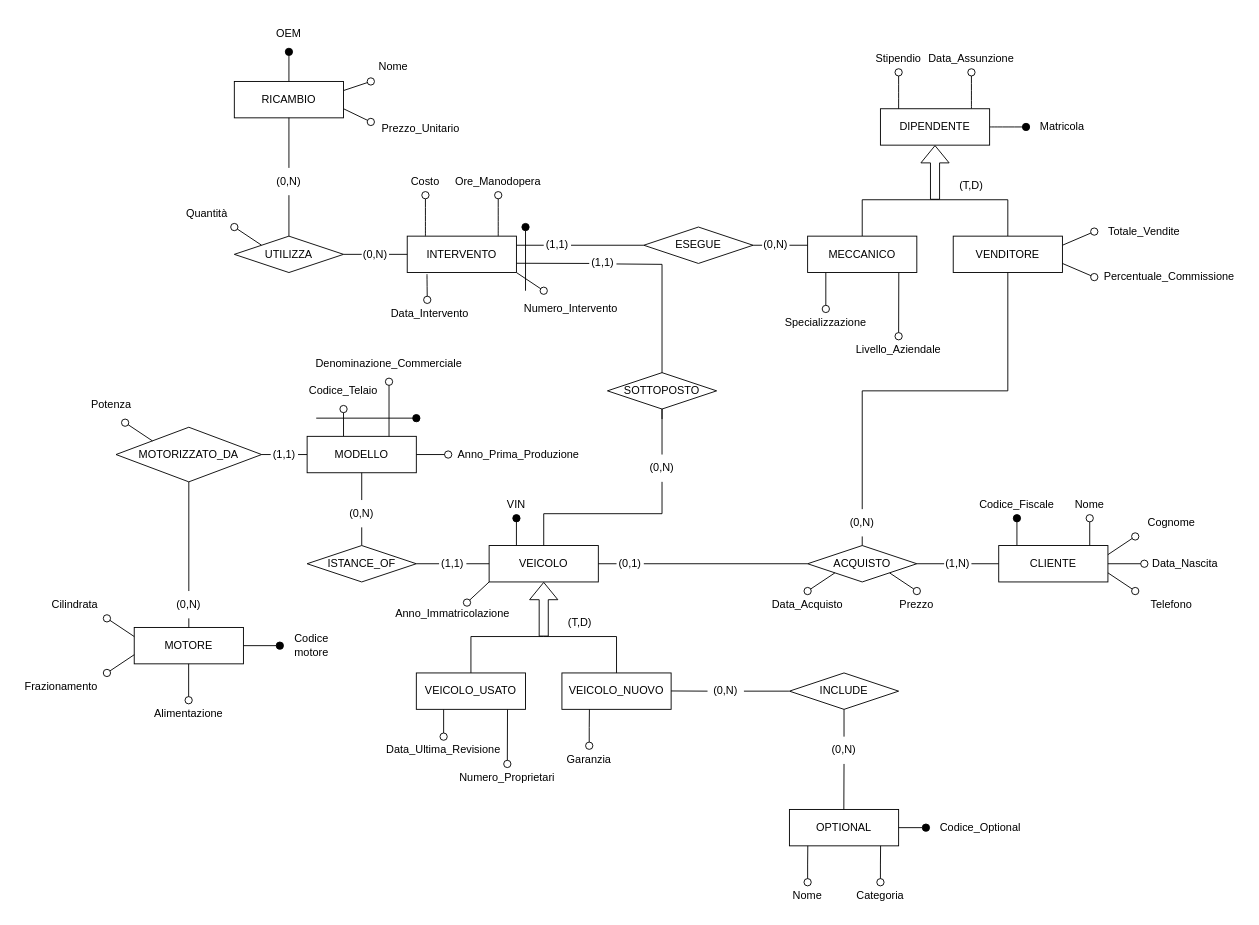
Before: Schema ER.drawio in Ahwrs/ProgettoBasi, a draw.io diagram. Source tidied: cells renumbered, new cells numbered last; positions are measured from the earlier drawing's top-left corner, leaving out a move shared by most shapes. Both pictures are drawn from the tidied source at 91%, with x=0, y=0 at pixel (15, 15).
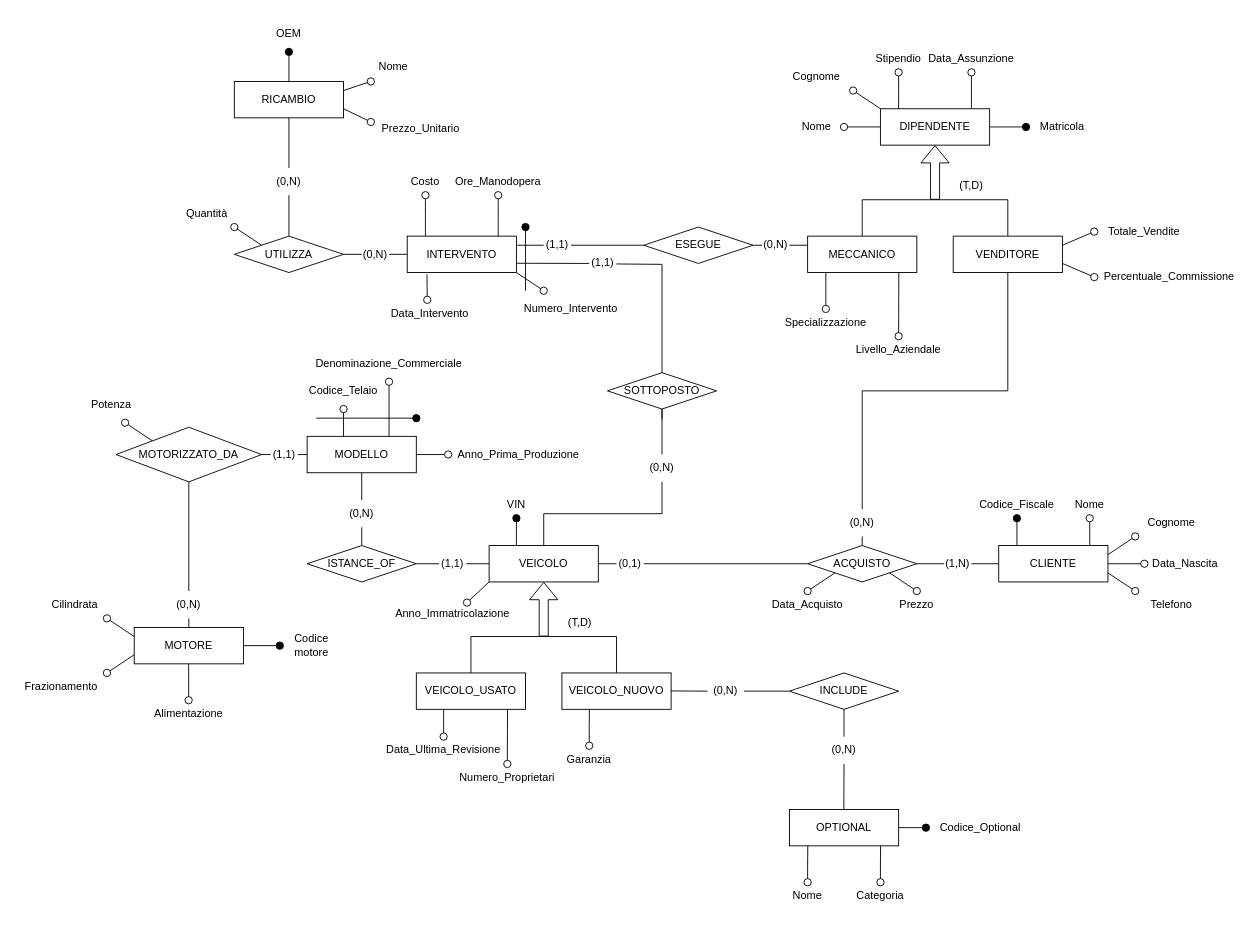
Above is the later version.

Change to the diagram source:
```diff
@@
+    <mxCell id="152" style="rounded=0;orthogonalLoop=1;jettySize=auto;html=1;exitX=0.75;exitY=0;exitDx=0;exitDy=0;endArrow=oval;endFill=0;startSize=8;endSize=8;" parent="1" edge="1">
+      <mxGeometry relative="1" as="geometry">
+        <mxPoint x="950" y="122" as="sourcePoint" />
+        <mxPoint x="910" y="122" as="targetPoint" />
+      </mxGeometry>
+    </mxCell>
+    <mxCell id="153" value="Nome" style="text;html=1;whiteSpace=wrap;strokeColor=none;fillColor=none;align=center;verticalAlign=middle;rounded=0;" parent="1" vertex="1">
+      <mxGeometry x="850" y="107" width="60" height="30" as="geometry" />
+    </mxCell>
+    <mxCell id="154" style="rounded=0;jettySize=auto;html=1;endArrow=oval;endFill=0;exitX=1;exitY=0.25;exitDx=0;exitDy=0;entryX=1;entryY=1;entryDx=0;entryDy=0;startSize=8;endSize=8;" parent="1" edge="1" target="155">
+      <mxGeometry relative="1" as="geometry">
+        <mxPoint x="950" y="102" as="sourcePoint" />
+      </mxGeometry>
+    </mxCell>
+    <mxCell id="155" value="Cognome" style="text;html=1;whiteSpace=wrap;strokeColor=none;fillColor=none;align=center;verticalAlign=middle;rounded=0;" parent="1" vertex="1">
+      <mxGeometry x="840" y="52" width="80" height="30" as="geometry" />
+    </mxCell>
```
